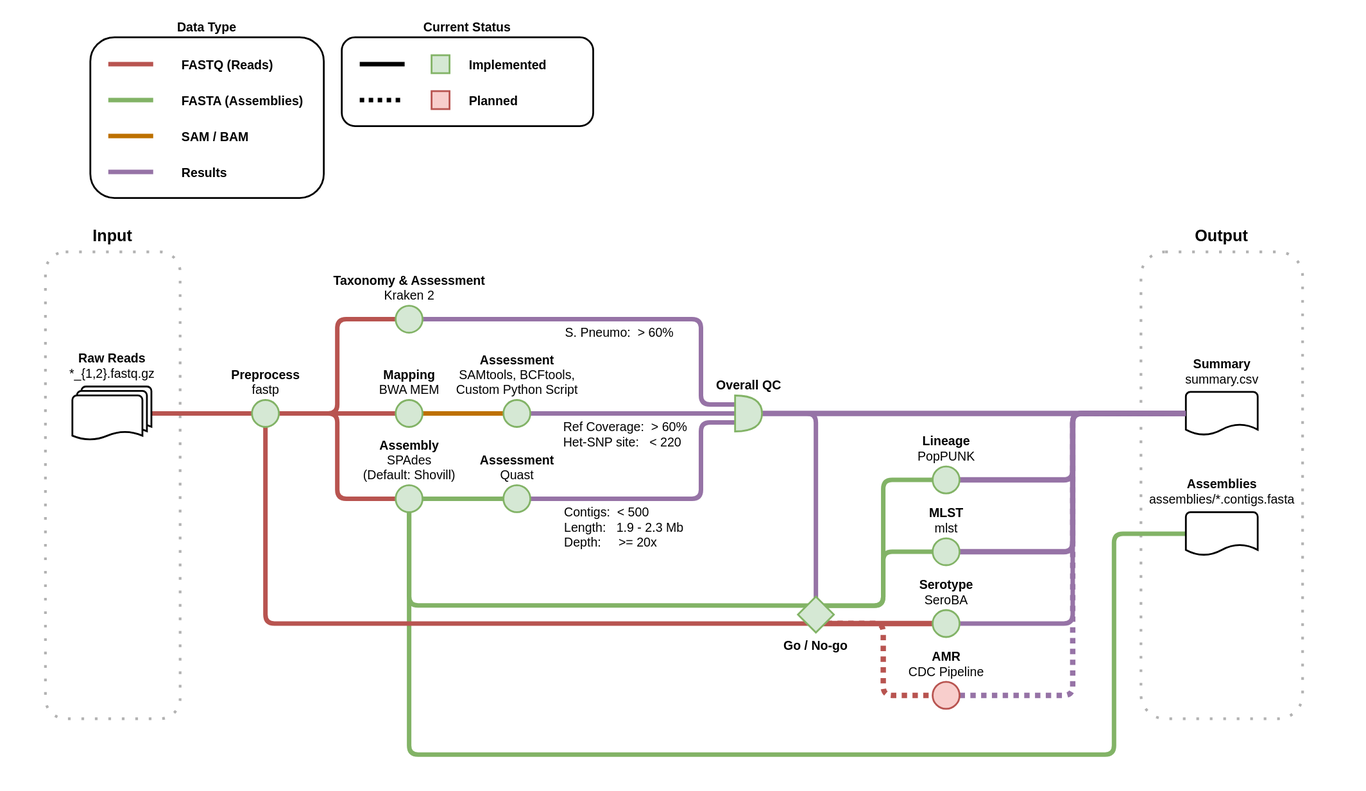
The draw.io diagram doc/workflow.drawio.svg in sanger-bentley-group/gps-pipeline, before a commit. Source tidied: cells renumbered, new cells last; positions are measured from the earlier drawing's top-left corner, leaving out a move shared by most shapes.
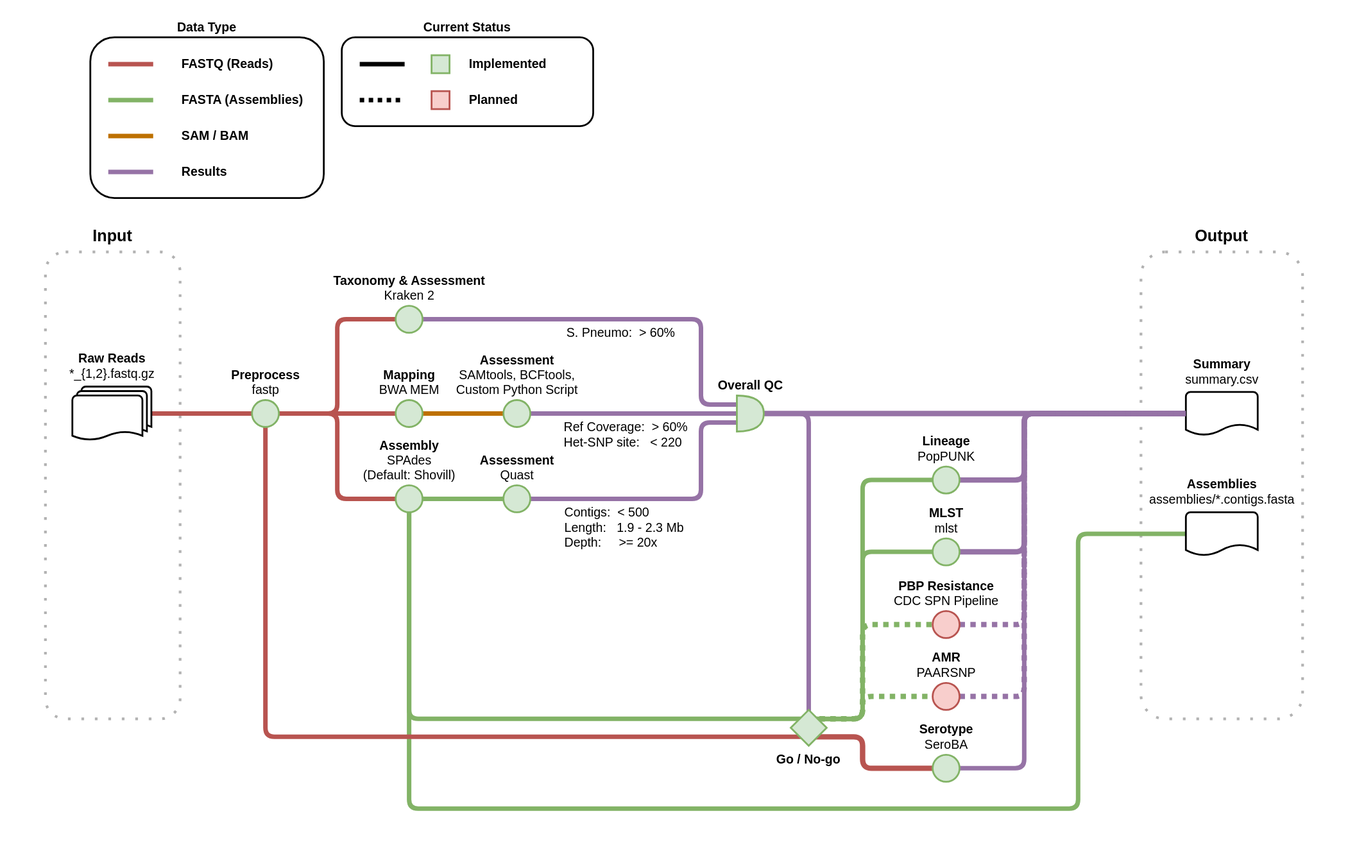
The same file after the commit.

Commit message:
Update workflow plan

Diff of the diagram source:
```diff
@@ -3,7 +3,7 @@
     <mxCell id="0" />
     <mxCell id="1" parent="0" />
     <mxCell id="2" style="rounded=0;whiteSpace=wrap;html=1;strokeColor=none;fillColor=default;fontColor=default;" parent="1" vertex="1">
-      <mxGeometry width="1520" height="880" as="geometry" />
+      <mxGeometry width="1520" height="960" as="geometry" />
     </mxCell>
     <mxCell id="3" value="Output" style="rounded=1;strokeColor=#000000;fillColor=none;dashed=1;strokeWidth=3;fontStyle=1;labelPosition=center;verticalLabelPosition=top;align=center;verticalAlign=bottom;fontSize=18;spacing=8;dashPattern=1 4;opacity=30;" parent="1" vertex="1">
       <mxGeometry x="1270" y="280" width="180" height="520" as="geometry" />
@@ -49,16 +49,16 @@
     <mxCell id="15" style="edgeStyle=orthogonalEdgeStyle;rounded=1;jettySize=auto;html=1;entryX=0.5;entryY=0.248;entryDx=0;entryDy=0;entryPerimeter=0;strokeWidth=5;endArrow=none;endFill=0;fillColor=#d5e8d4;strokeColor=#82b366;" parent="1" edge="1" source="49" target="55">
       <mxGeometry relative="1" as="geometry">
         <Array as="points">
-          <mxPoint x="455" y="674" />
+          <mxPoint x="455" y="800" />
         </Array>
       </mxGeometry>
     </mxCell>
     <mxCell id="16" style="edgeStyle=orthogonalEdgeStyle;rounded=1;html=1;entryX=0;entryY=0.5;entryDx=0;entryDy=0;entryPerimeter=0;endArrow=none;endFill=0;strokeWidth=5;fillColor=#d5e8d4;strokeColor=#82b366;exitX=0.5;exitY=1;exitDx=0;exitDy=0;" parent="1" edge="1" source="49" target="47">
       <mxGeometry relative="1" as="geometry">
         <Array as="points">
-          <mxPoint x="455" y="840" />
-          <mxPoint x="1240" y="840" />
-          <mxPoint x="1240" y="594" />
+          <mxPoint x="455" y="900" />
+          <mxPoint x="1200" y="900" />
+          <mxPoint x="1200" y="594" />
         </Array>
       </mxGeometry>
     </mxCell>
@@ -144,37 +144,67 @@
       </mxGeometry>
     </mxCell>
     <mxCell id="32" style="edgeStyle=orthogonalEdgeStyle;html=1;entryX=0;entryY=0.5;entryDx=0;entryDy=0;entryPerimeter=0;endArrow=none;endFill=0;strokeWidth=6;fillColor=#e1d5e7;strokeColor=#9673a6;" parent="1" edge="1" source="59" target="40">
-      <mxGeometry relative="1" as="geometry" />
+      <mxGeometry relative="1" as="geometry">
+        <Array as="points">
+          <mxPoint x="1140" y="534" />
+          <mxPoint x="1140" y="460" />
+        </Array>
+      </mxGeometry>
     </mxCell>
     <mxCell id="33" style="edgeStyle=orthogonalEdgeStyle;rounded=1;jettySize=auto;html=1;entryX=0.5;entryY=0.75;entryDx=0;entryDy=0;strokeWidth=5;endArrow=none;endFill=0;fillColor=#f8cecc;strokeColor=#b85450;entryPerimeter=0;" parent="1" edge="1" source="54" target="55">
       <mxGeometry relative="1" as="geometry">
         <Array as="points">
-          <mxPoint x="295" y="694" />
+          <mxPoint x="295" y="820" />
         </Array>
       </mxGeometry>
     </mxCell>
     <mxCell id="34" style="edgeStyle=orthogonalEdgeStyle;rounded=1;jettySize=auto;html=1;entryX=0;entryY=0.5;entryDx=0;entryDy=0;entryPerimeter=0;strokeWidth=5;endArrow=none;endFill=0;fillColor=#e1d5e7;strokeColor=#9673a6;" parent="1" edge="1" source="60" target="40">
-      <mxGeometry relative="1" as="geometry" />
+      <mxGeometry relative="1" as="geometry">
+        <Array as="points">
+          <mxPoint x="1140" y="855" />
+          <mxPoint x="1140" y="460" />
+        </Array>
+      </mxGeometry>
     </mxCell>
     <mxCell id="35" style="edgeStyle=orthogonalEdgeStyle;rounded=1;jettySize=auto;html=1;entryX=0;entryY=0.5;entryDx=0;entryDy=0;strokeWidth=5;endArrow=none;endFill=0;fillColor=#d5e8d4;strokeColor=#82b366;exitX=0.5;exitY=0.25;exitDx=0;exitDy=0;exitPerimeter=0;" parent="1" edge="1" source="55" target="59">
-      <mxGeometry relative="1" as="geometry" />
+      <mxGeometry relative="1" as="geometry">
+        <Array as="points">
+          <mxPoint x="960" y="800" />
+          <mxPoint x="960" y="534" />
+        </Array>
+      </mxGeometry>
     </mxCell>
     <mxCell id="36" style="edgeStyle=orthogonalEdgeStyle;rounded=1;jettySize=auto;html=1;entryX=0;entryY=0.5;entryDx=0;entryDy=0;endArrow=none;endFill=0;fillColor=#d5e8d4;strokeColor=#82b366;strokeWidth=5;exitX=0.5;exitY=0.255;exitDx=0;exitDy=0;exitPerimeter=0;" parent="1" edge="1" source="55" target="57">
       <mxGeometry relative="1" as="geometry">
         <Array as="points">
-          <mxPoint x="983" y="674" />
-          <mxPoint x="983" y="614" />
+          <mxPoint x="960" y="800" />
+          <mxPoint x="960" y="614" />
         </Array>
       </mxGeometry>
     </mxCell>
     <mxCell id="37" style="edgeStyle=orthogonalEdgeStyle;html=1;entryX=0;entryY=0.5;entryDx=0;entryDy=0;endArrow=none;endFill=0;strokeWidth=6;exitX=0.5;exitY=0.75;exitDx=0;exitDy=0;exitPerimeter=0;fillColor=#f8cecc;strokeColor=#b85450;" parent="1" edge="1" source="55" target="60">
-      <mxGeometry relative="1" as="geometry" />
+      <mxGeometry relative="1" as="geometry">
+        <Array as="points">
+          <mxPoint x="960" y="820" />
+          <mxPoint x="960" y="855" />
+        </Array>
+      </mxGeometry>
     </mxCell>
-    <mxCell id="38" style="edgeStyle=orthogonalEdgeStyle;html=1;entryX=0;entryY=0.5;entryDx=0;entryDy=0;endArrow=none;endFill=0;strokeWidth=6;exitX=0.5;exitY=0.745;exitDx=0;exitDy=0;exitPerimeter=0;fillColor=#f8cecc;strokeColor=#b85450;dashed=1;dashPattern=1 1;" parent="1" edge="1" source="55" target="56">
-      <mxGeometry relative="1" as="geometry" />
+    <mxCell id="38" style="edgeStyle=orthogonalEdgeStyle;html=1;entryX=0;entryY=0.5;entryDx=0;entryDy=0;endArrow=none;endFill=0;strokeWidth=6;fillColor=#d5e8d4;strokeColor=#82b366;dashed=1;dashPattern=1 1;exitX=0.5;exitY=0.245;exitDx=0;exitDy=0;exitPerimeter=0;" parent="1" edge="1" source="55" target="56">
+      <mxGeometry relative="1" as="geometry">
+        <Array as="points">
+          <mxPoint x="960" y="800" />
+          <mxPoint x="960" y="695" />
+        </Array>
+      </mxGeometry>
     </mxCell>
     <mxCell id="39" style="edgeStyle=orthogonalEdgeStyle;html=1;entryX=0;entryY=0.5;entryDx=0;entryDy=0;entryPerimeter=0;dashed=1;dashPattern=1 1;endArrow=none;endFill=0;strokeWidth=6;fillColor=#e1d5e7;strokeColor=#9673a6;" parent="1" edge="1" source="56" target="40">
-      <mxGeometry relative="1" as="geometry" />
+      <mxGeometry relative="1" as="geometry">
+        <Array as="points">
+          <mxPoint x="1140" y="695" />
+          <mxPoint x="1140" y="460" />
+        </Array>
+      </mxGeometry>
     </mxCell>
     <mxCell id="40" value="&lt;b style=&quot;font-size: 14px&quot;&gt;Summary&lt;/b&gt;&lt;br style=&quot;font-size: 14px&quot;&gt;summary.csv" style="strokeWidth=2;html=1;shape=mxgraph.flowchart.document2;size=0.25;labelPosition=center;verticalLabelPosition=top;align=center;verticalAlign=bottom;rounded=1;spacing=5;fontSize=14;" parent="1" vertex="1">
       <mxGeometry x="1320" y="436" width="80" height="48" as="geometry" />
@@ -211,7 +241,12 @@
       <mxGeometry x="1320" y="570" width="80" height="48" as="geometry" />
     </mxCell>
     <mxCell id="48" style="edgeStyle=orthogonalEdgeStyle;html=1;entryX=0;entryY=0.5;entryDx=0;entryDy=0;entryPerimeter=0;fillColor=#e1d5e7;strokeColor=#9673a6;endArrow=none;endFill=0;strokeWidth=6;" parent="1" edge="1" source="57" target="40">
-      <mxGeometry relative="1" as="geometry" />
+      <mxGeometry relative="1" as="geometry">
+        <Array as="points">
+          <mxPoint x="1140" y="614" />
+          <mxPoint x="1140" y="460" />
+        </Array>
+      </mxGeometry>
     </mxCell>
     <mxCell id="49" value="&lt;b style=&quot;font-size: 14px&quot;&gt;Assembly&lt;/b&gt;&lt;br style=&quot;font-size: 14px&quot;&gt;SPAdes&lt;br&gt;(Default: Shovill)" style="ellipse;html=1;strokeWidth=2;labelPosition=center;verticalLabelPosition=top;align=center;verticalAlign=bottom;fillColor=#d5e8d4;strokeColor=#82b366;rounded=1;fontSize=14;" parent="1" vertex="1">
       <mxGeometry x="440" y="540" width="30" height="30" as="geometry" />
@@ -231,23 +266,42 @@
     <mxCell id="54" value="&lt;b style=&quot;font-size: 14px;&quot;&gt;Preprocess&lt;/b&gt;&lt;br style=&quot;font-size: 14px;&quot;&gt;fastp" style="ellipse;html=1;strokeWidth=2;labelPosition=center;verticalLabelPosition=top;align=center;verticalAlign=bottom;fillColor=#d5e8d4;strokeColor=#82b366;rounded=1;fontSize=14;" parent="1" vertex="1">
       <mxGeometry x="280" y="445" width="30" height="30" as="geometry" />
     </mxCell>
+    <mxCell id="61" style="edgeStyle=orthogonalEdgeStyle;html=1;entryX=0;entryY=0.5;entryDx=0;entryDy=0;exitX=0.5;exitY=0.248;exitDx=0;exitDy=0;exitPerimeter=0;dashed=1;dashPattern=1 1;strokeWidth=6;endArrow=none;endFill=0;fillColor=#d5e8d4;strokeColor=#82b366;" parent="1" edge="1" source="55" target="63">
+      <mxGeometry relative="1" as="geometry">
+        <Array as="points">
+          <mxPoint x="960" y="800" />
+          <mxPoint x="960" y="775" />
+        </Array>
+      </mxGeometry>
+    </mxCell>
     <mxCell id="55" value="Go / No-go" style="strokeWidth=2;shape=mxgraph.flowchart.decision;fillColor=#d5e8d4;strokeColor=#82b366;labelPosition=center;verticalLabelPosition=bottom;align=center;verticalAlign=top;fontStyle=1;rounded=1;fontSize=14;" parent="1" vertex="1">
-      <mxGeometry x="888" y="664" width="40" height="40" as="geometry" />
+      <mxGeometry x="880" y="790" width="40" height="40" as="geometry" />
     </mxCell>
-    <mxCell id="56" value="&lt;b style=&quot;font-size: 14px&quot;&gt;AMR&lt;/b&gt;&lt;br style=&quot;font-size: 14px&quot;&gt;CDC Pipeline" style="ellipse;html=1;strokeWidth=2;labelPosition=center;verticalLabelPosition=top;align=center;verticalAlign=bottom;fillColor=#f8cecc;strokeColor=#b85450;rounded=1;fontSize=14;" parent="1" vertex="1">
-      <mxGeometry x="1038" y="759" width="30" height="30" as="geometry" />
+    <mxCell id="56" value="&lt;b style=&quot;font-size: 14px&quot;&gt;PBP Resistance&lt;/b&gt;&lt;br style=&quot;font-size: 14px&quot;&gt;CDC SPN Pipeline" style="ellipse;html=1;strokeWidth=2;labelPosition=center;verticalLabelPosition=top;align=center;verticalAlign=bottom;fillColor=#f8cecc;strokeColor=#b85450;rounded=1;fontSize=14;" parent="1" vertex="1">
+      <mxGeometry x="1038" y="680" width="30" height="30" as="geometry" />
     </mxCell>
     <mxCell id="57" value="&lt;b style=&quot;font-size: 14px&quot;&gt;MLST&lt;/b&gt;&lt;br style=&quot;font-size: 14px&quot;&gt;mlst" style="ellipse;html=1;strokeWidth=2;labelPosition=center;verticalLabelPosition=top;align=center;verticalAlign=bottom;fillColor=#d5e8d4;strokeColor=#82b366;rounded=1;fontSize=14;" parent="1" vertex="1">
       <mxGeometry x="1038" y="599" width="30" height="30" as="geometry" />
     </mxCell>
     <mxCell id="58" value="&lt;b style=&quot;font-size: 14px&quot;&gt;Overall QC&lt;/b&gt;" style="shape=or;html=1;strokeWidth=2;labelPosition=center;verticalLabelPosition=top;align=center;verticalAlign=bottom;fillColor=#d5e8d4;strokeColor=#82b366;rounded=1;fontSize=14;" parent="1" vertex="1">
-      <mxGeometry x="818" y="440" width="30" height="40" as="geometry" />
+      <mxGeometry x="820" y="440" width="30" height="40" as="geometry" />
     </mxCell>
     <mxCell id="59" value="&lt;b style=&quot;font-size: 14px&quot;&gt;Lineage&lt;/b&gt;&lt;br style=&quot;font-size: 14px&quot;&gt;PopPUNK" style="ellipse;html=1;strokeWidth=2;labelPosition=center;verticalLabelPosition=top;align=center;verticalAlign=bottom;fillColor=#d5e8d4;strokeColor=#82b366;rounded=1;fontSize=14;" parent="1" vertex="1">
       <mxGeometry x="1038" y="519" width="30" height="30" as="geometry" />
     </mxCell>
     <mxCell id="60" value="&lt;b style=&quot;font-size: 14px;&quot;&gt;Serotype&lt;/b&gt;&lt;br style=&quot;font-size: 14px;&quot;&gt;SeroBA" style="ellipse;html=1;strokeWidth=2;labelPosition=center;verticalLabelPosition=top;align=center;verticalAlign=bottom;fillColor=#d5e8d4;strokeColor=#82b366;rounded=1;fontSize=14;" parent="1" vertex="1">
-      <mxGeometry x="1038" y="679" width="30" height="30" as="geometry" />
+      <mxGeometry x="1038" y="840" width="30" height="30" as="geometry" />
     </mxCell>
+    <mxCell id="62" style="edgeStyle=orthogonalEdgeStyle;html=1;entryX=0;entryY=0.5;entryDx=0;entryDy=0;entryPerimeter=0;dashed=1;dashPattern=1 1;endArrow=none;endFill=0;strokeWidth=6;fillColor=#e1d5e7;strokeColor=#9673a6;" parent="1" edge="1" source="63" target="40">
+      <mxGeometry relative="1" as="geometry">
+        <Array as="points">
+          <mxPoint x="1140" y="775" />
+          <mxPoint x="1140" y="460" />
+        </Array>
+      </mxGeometry>
+    </mxCell>
+    <mxCell id="63" value="&lt;b&gt;AMR&lt;/b&gt;&lt;br&gt;PAARSNP" style="ellipse;html=1;strokeWidth=2;labelPosition=center;verticalLabelPosition=top;align=center;verticalAlign=bottom;fillColor=#f8cecc;strokeColor=#b85450;rounded=1;fontSize=14;" parent="1" vertex="1">
+      <mxGeometry x="1038" y="760" width="30" height="30" as="geometry" />
+    </mxCell>
   </root>
 </mxGraphModel>
```
